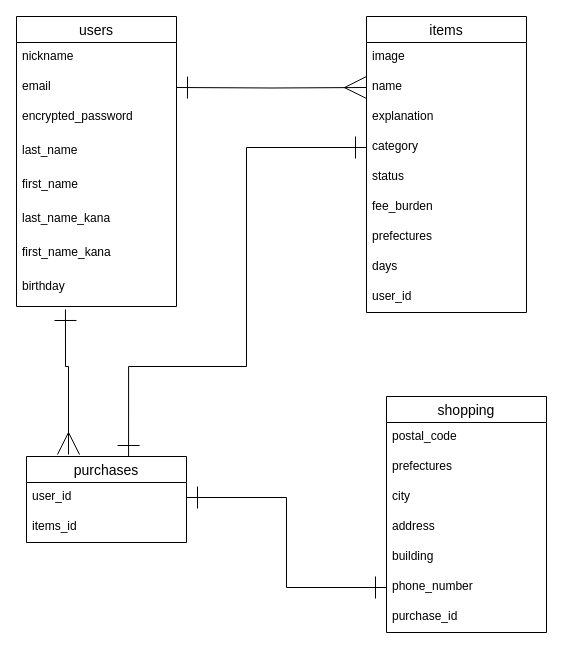
Earlier version of the draw.io diagram er.dio (Kinocas/furima-36567). Source tidied: cells renumbered, new cells numbered last; positions are measured from the earlier drawing's top-left corner, leaving out a move shared by most shapes. Both pictures are drawn from the tidied source at 100%, with x=0, y=0 at pixel (16, 16).
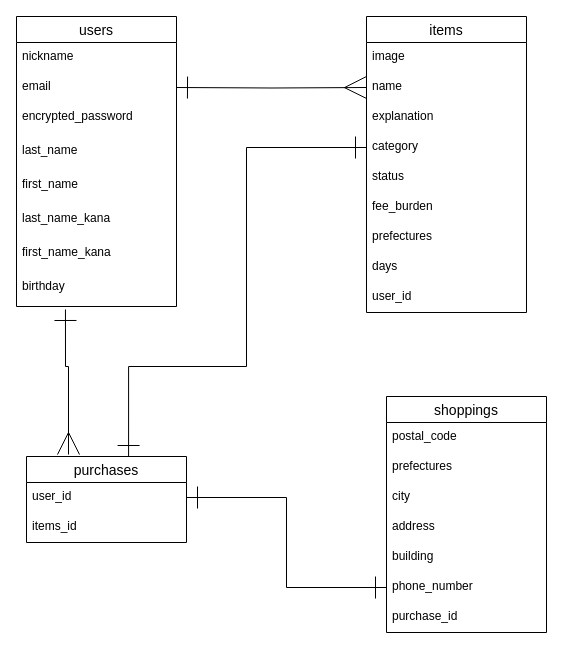
After the change.

Commit message (it also covers changes not shown here):
shoppingを複数形に修正

Diff of the diagram source:
```diff
@@
-    <mxCell id="21" value="shopping" style="swimlane;fontStyle=0;horizontal=1;startSize=26;align=center;fontSize=14;" parent="1" vertex="1">
+    <mxCell id="21" value="shoppings" style="swimlane;fontStyle=0;horizontal=1;startSize=26;align=center;fontSize=14;" parent="1" vertex="1">
       <mxGeometry x="370" y="380" width="160" height="236" as="geometry" />
     </mxCell>
```
